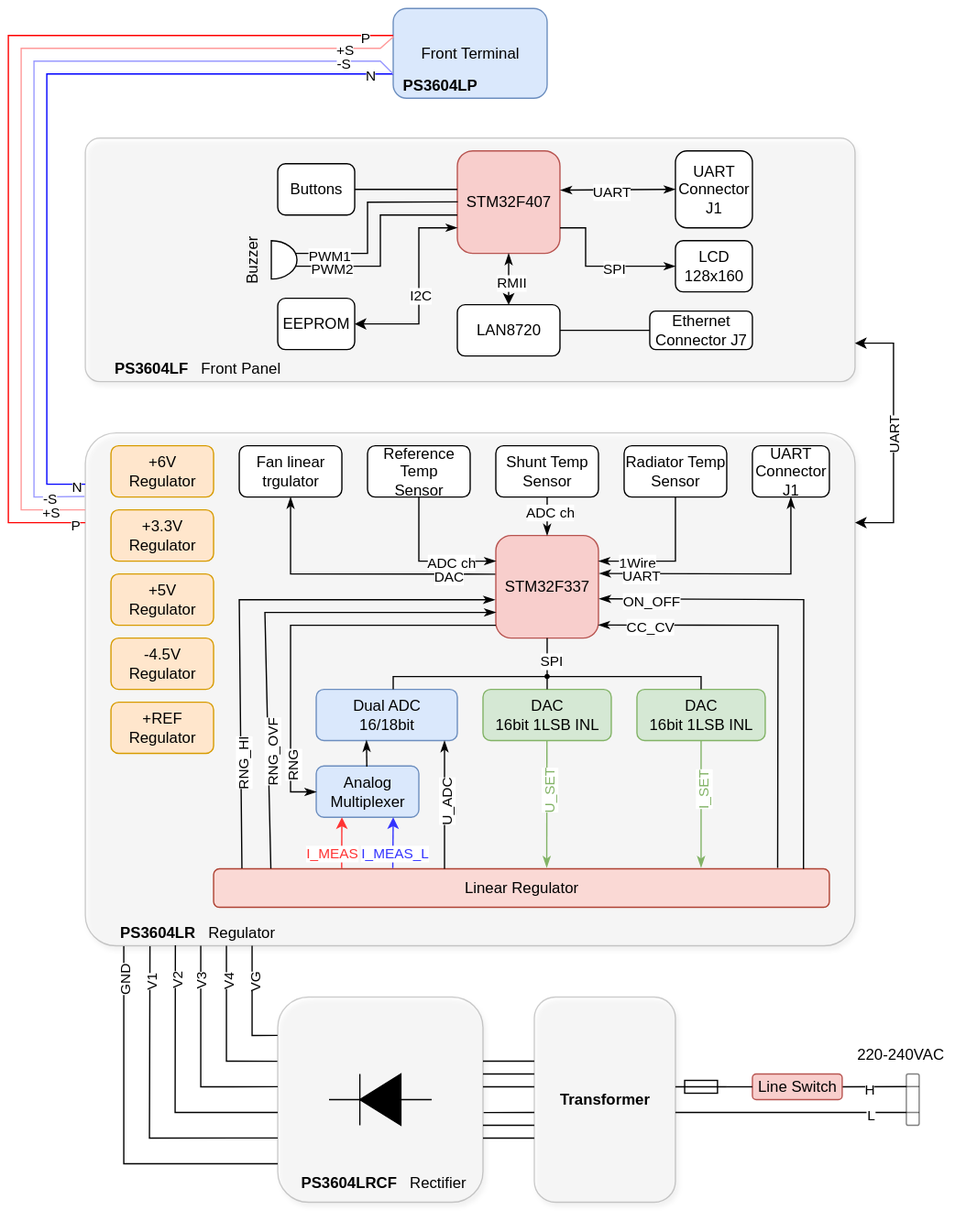
Before: PS3604L.drawio.svg, a diagram exported from draw.io (d-el/PS3604L). Source tidied: cells renumbered, new cells last; positions are measured from the earlier drawing's top-left corner, leaving out a move shared by most shapes.
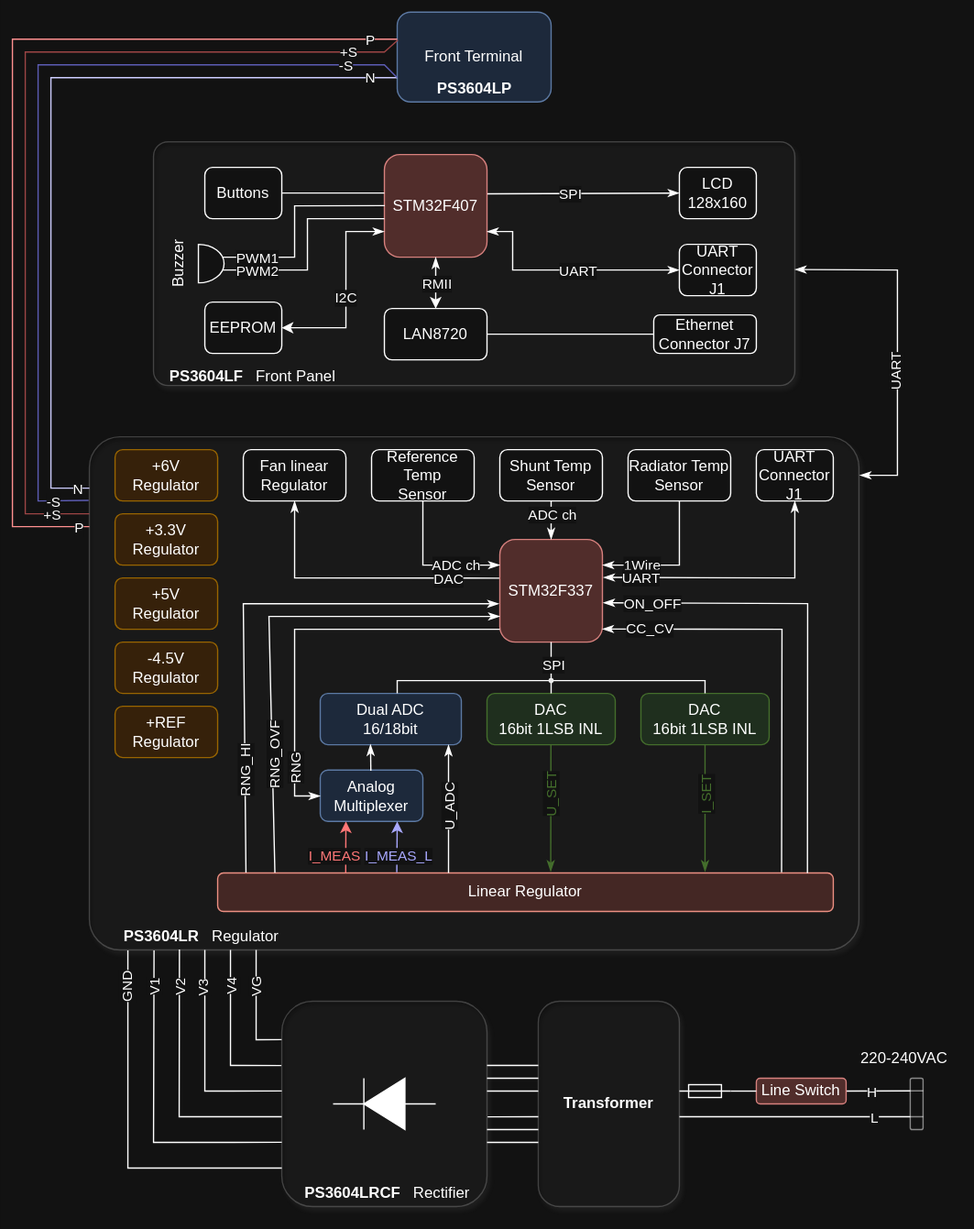
After the change.

What changed in the source:
```diff
@@ -3,20 +3,20 @@
     <mxCell id="0" />
     <mxCell id="1" parent="0" />
     <mxCell id="2" style="rounded=1;whiteSpace=wrap;html=1;align=center;glass=0;shadow=1;arcSize=6;opacity=20;" parent="1" vertex="1">
-      <mxGeometry x="60" y="101" width="600" height="190" as="geometry" />
+      <mxGeometry x="110" y="101" width="500" height="190" as="geometry" />
     </mxCell>
     <mxCell id="3" value="STM32F407" style="rounded=1;whiteSpace=wrap;html=1;fillColor=#f8cecc;strokeColor=#b85450;" parent="1" vertex="1">
-      <mxGeometry x="350" y="111" width="80" height="80" as="geometry" />
+      <mxGeometry x="290" y="111" width="80" height="80" as="geometry" />
     </mxCell>
     <mxCell id="4" style="edgeStyle=orthogonalEdgeStyle;rounded=0;jettySize=auto;html=1;endArrow=none;endFill=0;" parent="1" edge="1" source="5" target="8">
       <mxGeometry relative="1" as="geometry" />
     </mxCell>
     <mxCell id="5" value="LAN8720" style="rounded=1;whiteSpace=wrap;html=1;" parent="1" vertex="1">
-      <mxGeometry x="350" y="231" width="80" height="40" as="geometry" />
+      <mxGeometry x="290" y="231" width="80" height="40" as="geometry" />
     </mxCell>
     <mxCell id="6" style="endArrow=classicThin;startArrow=classic;html=1;rounded=0;exitX=0.5;exitY=0;exitDx=0;exitDy=0;endFill=1;" parent="1" edge="1" source="5">
       <mxGeometry relative="1" as="geometry">
-        <mxPoint x="390" y="191" as="targetPoint" />
+        <mxPoint x="330" y="191" as="targetPoint" />
       </mxGeometry>
     </mxCell>
     <mxCell id="7" value="RMII" style="edgeLabel;html=1;align=center;verticalAlign=middle;" parent="6" vertex="1">
@@ -28,14 +28,14 @@
       <mxGeometry x="500" y="236" width="80" height="30" as="geometry" />
     </mxCell>
     <mxCell id="9" style="verticalLabelPosition=bottom;shadow=0;dashed=0;align=center;html=1;verticalAlign=top;shape=mxgraph.electrical.electro-mechanical.buzzer;" parent="1" vertex="1">
-      <mxGeometry x="205" y="181" width="30" height="30" as="geometry" />
+      <mxGeometry x="145" y="181" width="30" height="30" as="geometry" />
     </mxCell>
     <mxCell id="10" style="endArrow=none;html=1;rounded=0;entryX=0.004;entryY=0.371;entryDx=0;entryDy=0;entryPerimeter=0;exitX=1;exitY=0.335;exitDx=0;exitDy=0;exitPerimeter=0;" parent="1" edge="1" source="9">
       <mxGeometry relative="1" as="geometry">
-        <mxPoint x="350.3" y="150.8" as="targetPoint" />
+        <mxPoint x="290.3" y="150.8" as="targetPoint" />
         <Array as="points">
-          <mxPoint x="280" y="191" />
-          <mxPoint x="280" y="151" />
+          <mxPoint x="220" y="191" />
+          <mxPoint x="220" y="151" />
         </Array>
       </mxGeometry>
     </mxCell>
@@ -47,8 +47,8 @@
     <mxCell id="12" style="endArrow=none;html=1;rounded=0;entryX=0;entryY=0.625;entryDx=0;entryDy=0;exitX=1;exitY=0.665;exitDx=0;exitDy=0;exitPerimeter=0;entryPerimeter=0;" parent="1" edge="1" source="9" target="3">
       <mxGeometry relative="1" as="geometry">
         <Array as="points">
-          <mxPoint x="290" y="201" />
-          <mxPoint x="290" y="161" />
+          <mxPoint x="230" y="201" />
+          <mxPoint x="230" y="161" />
         </Array>
       </mxGeometry>
     </mxCell>
@@ -58,17 +58,17 @@
       </mxGeometry>
     </mxCell>
     <mxCell id="14" value="EEPROM" style="rounded=1;whiteSpace=wrap;html=1;" parent="1" vertex="1">
-      <mxGeometry x="210" y="226" width="60" height="40" as="geometry" />
+      <mxGeometry x="150" y="226" width="60" height="40" as="geometry" />
     </mxCell>
     <mxCell id="15" value="Buzzer" style="text;html=1;align=center;verticalAlign=middle;whiteSpace=wrap;rounded=0;direction=south;rotation=270;" parent="1" vertex="1">
-      <mxGeometry x="170" y="189.8" width="40" height="12.5" as="geometry" />
+      <mxGeometry x="110" y="189.8" width="40" height="12.5" as="geometry" />
     </mxCell>
     <mxCell id="16" style="endArrow=classicThin;startArrow=classic;html=1;rounded=0;exitX=1;exitY=0.5;exitDx=0;exitDy=0;endFill=1;" parent="1" edge="1" source="14">
       <mxGeometry relative="1" as="geometry">
-        <mxPoint x="350" y="171" as="targetPoint" />
+        <mxPoint x="290" y="171" as="targetPoint" />
         <Array as="points">
-          <mxPoint x="320" y="246" />
-          <mxPoint x="320" y="171" />
+          <mxPoint x="260" y="246" />
+          <mxPoint x="260" y="171" />
         </Array>
       </mxGeometry>
     </mxCell>
@@ -78,43 +78,37 @@
       </mxGeometry>
     </mxCell>
     <mxCell id="18" value="Buttons" style="rounded=1;whiteSpace=wrap;html=1;" parent="1" vertex="1">
-      <mxGeometry x="210" y="121" width="60" height="40" as="geometry" />
+      <mxGeometry x="150" y="121" width="60" height="40" as="geometry" />
     </mxCell>
     <mxCell id="19" style="endArrow=none;html=1;rounded=0;entryX=1;entryY=0.5;entryDx=0;entryDy=0;" parent="1" edge="1" target="18">
       <mxGeometry relative="1" as="geometry">
-        <mxPoint x="350" y="141" as="sourcePoint" />
+        <mxPoint x="290" y="141" as="sourcePoint" />
       </mxGeometry>
     </mxCell>
-    <mxCell id="20" value="LCD&lt;div&gt;128x160&lt;/div&gt;" style="rounded=1;whiteSpace=wrap;html=1;" parent="1" vertex="1">
-      <mxGeometry x="520" y="181" width="60" height="40" as="geometry" />
-    </mxCell>
-    <mxCell id="21" style="endArrow=classicThin;html=1;rounded=0;entryX=0;entryY=0.5;entryDx=0;entryDy=0;endFill=1;" parent="1" edge="1" target="20">
+    <mxCell id="21" style="endArrow=classicThin;html=1;rounded=0;entryX=0;entryY=0.5;entryDx=0;entryDy=0;endFill=1;startArrow=classicThin;startFill=1;" parent="1" edge="1" target="23">
       <mxGeometry relative="1" as="geometry">
-        <mxPoint x="430" y="171" as="sourcePoint" />
+        <mxPoint x="370" y="171" as="sourcePoint" />
         <Array as="points">
-          <mxPoint x="450" y="171" />
-          <mxPoint x="450" y="201" />
+          <mxPoint x="390" y="171" />
+          <mxPoint x="390" y="201" />
         </Array>
       </mxGeometry>
     </mxCell>
-    <mxCell id="22" value="SPI" style="edgeLabel;html=1;align=center;verticalAlign=middle;" parent="21" vertex="1">
+    <mxCell id="22" value="UART" style="edgeLabel;html=1;align=center;verticalAlign=middle;" parent="21" vertex="1">
       <mxGeometry y="-2" relative="1" as="geometry">
         <mxPoint x="10" y="-2" as="offset" />
       </mxGeometry>
     </mxCell>
-    <mxCell id="23" value="UART&lt;div&gt;Connector J1&lt;/div&gt;" style="rounded=1;whiteSpace=wrap;html=1;" parent="1" vertex="1">
-      <mxGeometry x="520" y="111" width="60" height="60" as="geometry" />
-    </mxCell>
-    <mxCell id="24" style="endArrow=classicThin;html=1;rounded=0;exitX=0;exitY=0.5;exitDx=0;exitDy=0;endFill=1;startArrow=classicThin;startFill=1;entryX=1.004;entryY=0.383;entryDx=0;entryDy=0;entryPerimeter=0;" parent="1" edge="1" source="23" target="3">
+    <mxCell id="24" style="endArrow=none;html=1;rounded=0;exitX=0;exitY=0.5;exitDx=0;exitDy=0;endFill=0;startArrow=classicThin;startFill=1;entryX=1.004;entryY=0.383;entryDx=0;entryDy=0;entryPerimeter=0;" parent="1" edge="1" source="20" target="3">
       <mxGeometry relative="1" as="geometry" />
     </mxCell>
-    <mxCell id="25" value="UART" style="edgeLabel;html=1;align=center;verticalAlign=middle;" parent="24" vertex="1">
+    <mxCell id="25" value="SPI" style="edgeLabel;html=1;align=center;verticalAlign=middle;" parent="24" vertex="1">
       <mxGeometry x="-0.29" y="1" relative="1" as="geometry">
-        <mxPoint x="-18" y="-1" as="offset" />
+        <mxPoint x="-33" y="-1" as="offset" />
       </mxGeometry>
     </mxCell>
     <mxCell id="26" value="&lt;b&gt;PS3604LF&lt;/b&gt;&amp;nbsp; &amp;nbsp;Front Panel" style="text;html=1;align=center;verticalAlign=middle;whiteSpace=wrap;rounded=0;" parent="1" vertex="1">
-      <mxGeometry x="70" y="266" width="155" height="30" as="geometry" />
+      <mxGeometry x="110" y="269" width="155" height="30" as="geometry" />
     </mxCell>
     <mxCell id="27" style="rounded=1;whiteSpace=wrap;html=1;align=center;glass=0;shadow=1;arcSize=6;opacity=20;" parent="1" vertex="1">
       <mxGeometry x="60" y="331" width="600" height="400" as="geometry" />
@@ -330,7 +324,7 @@
         <mxPoint y="-7" as="offset" />
       </mxGeometry>
     </mxCell>
-    <mxCell id="72" value="Fan linear trgulator" style="rounded=1;whiteSpace=wrap;html=1;" parent="1" vertex="1">
+    <mxCell id="72" value="Fan linear Regulator" style="rounded=1;whiteSpace=wrap;html=1;" parent="1" vertex="1">
       <mxGeometry x="180" y="341" width="80" height="40" as="geometry" />
     </mxCell>
     <mxCell id="73" style="endArrow=classicThin;html=1;rounded=0;entryX=0.5;entryY=1;entryDx=0;entryDy=0;exitX=-0.005;exitY=0.377;exitDx=0;exitDy=0;exitPerimeter=0;endFill=1;" parent="1" edge="1" source="29" target="72">
@@ -364,7 +358,7 @@
       <mxGeometry x="210" y="771" width="160" height="160" as="geometry" />
     </mxCell>
     <mxCell id="81" value="&lt;b&gt;PS3604LRCF&lt;/b&gt;&amp;nbsp; &amp;nbsp;Rectifier" style="text;html=1;align=center;verticalAlign=middle;whiteSpace=wrap;rounded=0;" parent="1" vertex="1">
-      <mxGeometry x="215" y="901" width="155" height="30" as="geometry" />
+      <mxGeometry x="215" y="906" width="155" height="30" as="geometry" />
     </mxCell>
     <mxCell id="82" value="&lt;b&gt;Transformer&lt;/b&gt;" style="rounded=1;whiteSpace=wrap;html=1;opacity=20;shadow=1;" parent="1" vertex="1">
       <mxGeometry x="410" y="771" width="110" height="160" as="geometry" />
@@ -596,23 +590,29 @@
       </mxGeometry>
     </mxCell>
     <mxCell id="123" value="&lt;b&gt;PS3604LP&lt;/b&gt;" style="text;html=1;align=center;verticalAlign=middle;whiteSpace=wrap;rounded=0;" parent="1" vertex="1">
-      <mxGeometry x="259" y="45" width="155" height="30" as="geometry" />
+      <mxGeometry x="282.5" y="45" width="155" height="30" as="geometry" />
     </mxCell>
     <mxCell id="124" style="fillColor=strokeColor;verticalLabelPosition=bottom;shadow=0;dashed=0;align=center;html=1;verticalAlign=top;shape=mxgraph.electrical.diodes.diode;direction=west;" parent="1" vertex="1">
       <mxGeometry x="250" y="831" width="80" height="40" as="geometry" />
     </mxCell>
-    <mxCell id="125" style="endArrow=classic;startArrow=classic;html=1;rounded=0;" parent="1" edge="1">
+    <mxCell id="125" style="endArrow=classicThin;startArrow=classicThin;html=1;rounded=0;entryX=1;entryY=0.524;entryDx=0;entryDy=0;entryPerimeter=0;startFill=1;endFill=1;exitX=1.001;exitY=0.075;exitDx=0;exitDy=0;exitPerimeter=0;" parent="1" edge="1" source="27" target="2">
       <mxGeometry relative="1" as="geometry">
-        <mxPoint x="660" y="401" as="sourcePoint" />
-        <mxPoint x="660" y="261" as="targetPoint" />
         <Array as="points">
-          <mxPoint x="690" y="401" />
-          <mxPoint x="690" y="261" />
+          <mxPoint x="690" y="361" />
+          <mxPoint x="690" y="201" />
         </Array>
       </mxGeometry>
     </mxCell>
     <mxCell id="126" value="UART" style="edgeLabel;html=1;align=center;verticalAlign=middle;rotation=270;" parent="125" vertex="1">
-      <mxGeometry x="-0.04" y="2" relative="1" as="geometry" />
+      <mxGeometry x="-0.04" y="2" relative="1" as="geometry">
+        <mxPoint y="21" as="offset" />
+      </mxGeometry>
     </mxCell>
+    <mxCell id="20" value="LCD&lt;div&gt;128x160&lt;/div&gt;" style="rounded=1;whiteSpace=wrap;html=1;" parent="1" vertex="1">
+      <mxGeometry x="520" y="121" width="60" height="40" as="geometry" />
+    </mxCell>
+    <mxCell id="23" value="UART&lt;div&gt;Connector J1&lt;/div&gt;" style="rounded=1;whiteSpace=wrap;html=1;" parent="1" vertex="1">
+      <mxGeometry x="520" y="181" width="60" height="40" as="geometry" />
+    </mxCell>
   </root>
 </mxGraphModel>
```
